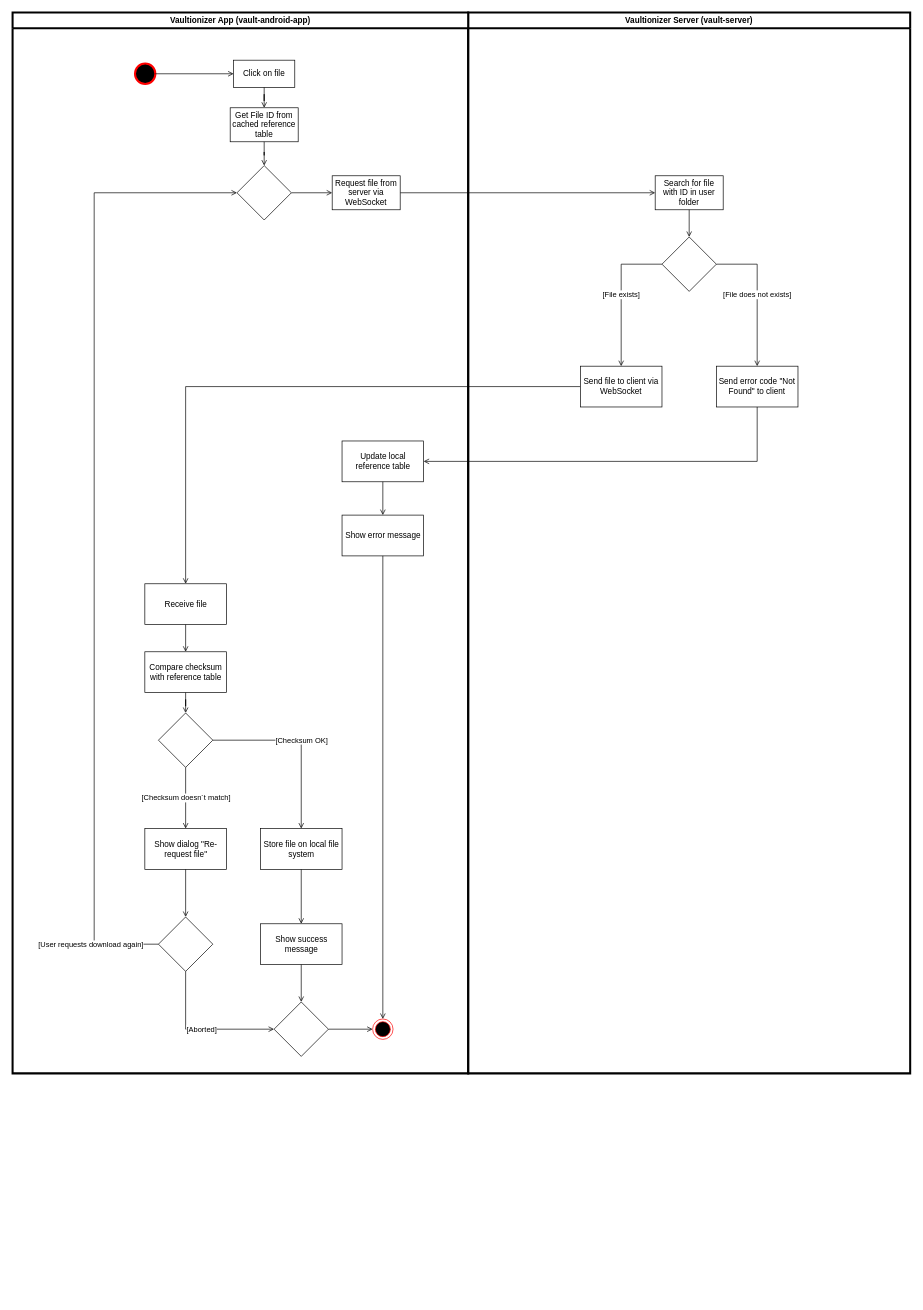
Vaultionizer/vault-docs keeps this draw.io diagram as img/use_cases/uc_download_file.drawio. Above is the earlier version. Source tidied: cells renumbered, new cells numbered last; positions are measured from the earlier drawing's top-left corner, leaving out a move shared by most shapes. Both pictures are drawn from the tidied source at 68%, with x=0, y=0 at pixel (12, 12).
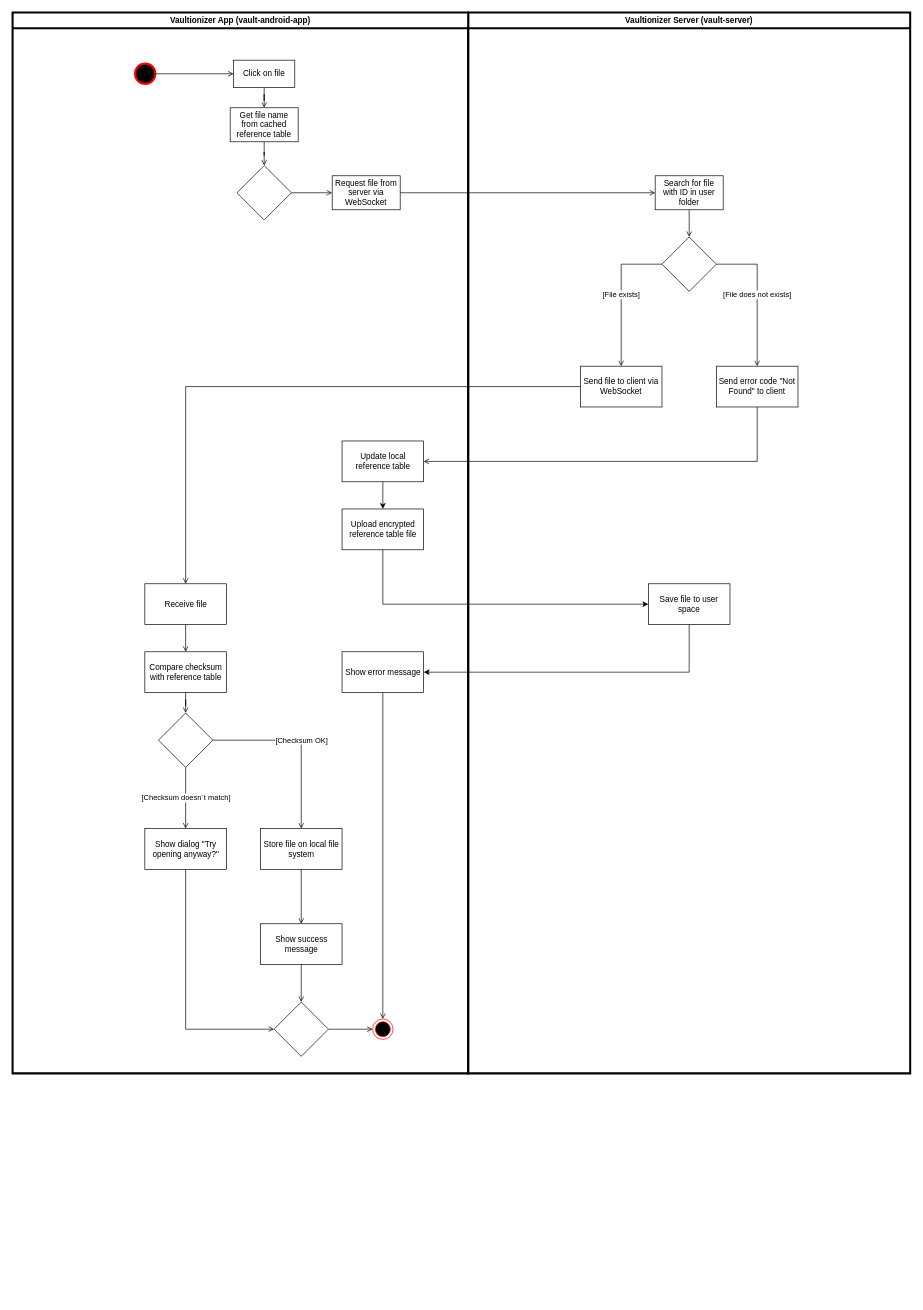
The same diagram, later.

Unchanged cells that the change refers to:
```xml
<mxCell id="5" value="Vaultionizer Server (vault-server)" style="swimlane;strokeWidth=3;" parent="4" vertex="1">
  <mxGeometry width="650" height="1560" as="geometry" />
</mxCell>
<mxCell id="13" style="group;" parent="1" vertex="1">
  <mxGeometry width="670" height="1890" as="geometry" />
</mxCell>
<mxCell id="19" value="Update local reference table" style="whiteSpace=wrap;html=1;rounded=0;" parent="13" vertex="1">
  <mxGeometry x="484.5" y="630" width="120" height="60" as="geometry" />
</mxCell>
<mxCell id="33" style="rhombus;whiteSpace=wrap;html=1;rounded=0;" parent="13" vertex="1">
  <mxGeometry x="330" y="225" width="80" height="80" as="geometry" />
</mxCell>
<mxCell id="42" style="rhombus;whiteSpace=wrap;html=1;rounded=0;" parent="13" vertex="1">
  <mxGeometry x="384.5" y="1455" width="80" height="80" as="geometry" />
</mxCell>
<mxCell id="45" value="Vaultionizer App (vault-android-app)" style="swimlane;strokeWidth=3;" parent="13" vertex="1">
  <mxGeometry width="670" height="1560" as="geometry" />
</mxCell>
```

The edit, as a diff of the source:
```diff
@@
+    <mxCell id="49" value="Save file to user space" style="whiteSpace=wrap;html=1;rounded=0;" parent="5" vertex="1">
+      <mxGeometry x="265" y="840" width="120" height="60" as="geometry" />
+    </mxCell>
@@
-    <mxCell id="15" value="Get File ID from cached reference table" style="rounded=0;whiteSpace=wrap;html=1;" parent="13" vertex="1">
+    <mxCell id="15" value="Get file name from cached reference table" style="rounded=0;whiteSpace=wrap;html=1;" parent="13" vertex="1">
       <mxGeometry x="320" y="140" width="100" height="50" as="geometry" />
     </mxCell>
@@
-    <mxCell id="18" value="Show error message" style="whiteSpace=wrap;html=1;rounded=0;" parent="13" vertex="1">
-      <mxGeometry x="484.5" y="739" width="120" height="60" as="geometry" />
-    </mxCell>
@@
-    <mxCell id="20" style="edgeStyle=orthogonalEdgeStyle;rounded=0;jettySize=auto;html=1;endArrow=open;endFill=0;strokeColor=#000000;" parent="13" edge="1" source="19" target="18">
-      <mxGeometry relative="1" as="geometry" />
-    </mxCell>
@@
-    <mxCell id="28" value="Show dialog &quot;Re-request file&quot;" style="whiteSpace=wrap;html=1;rounded=0;" parent="13" vertex="1">
+    <mxCell id="28" value="Show dialog &quot;Try opening anyway?&quot;" style="whiteSpace=wrap;html=1;rounded=0;" parent="13" vertex="1">
       <mxGeometry x="194.5" y="1200" width="120" height="60" as="geometry" />
     </mxCell>
@@
-    <mxCell id="30" style="rhombus;whiteSpace=wrap;html=1;rounded=0;" parent="13" vertex="1">
-      <mxGeometry x="214.5" y="1330" width="80" height="80" as="geometry" />
-    </mxCell>
-    <mxCell id="31" style="edgeStyle=orthogonalEdgeStyle;rounded=0;jettySize=auto;html=1;endArrow=open;endFill=0;strokeColor=#000000;" parent="13" edge="1" source="28" target="30">
+    <mxCell id="31" style="edgeStyle=orthogonalEdgeStyle;rounded=0;jettySize=auto;html=1;endArrow=open;endFill=0;strokeColor=#000000;entryX=0;entryY=0.5;entryDx=0;entryDy=0;exitX=0.5;exitY=1;exitDx=0;exitDy=0;" parent="13" edge="1" source="28" target="42">
       <mxGeometry relative="1" as="geometry" />
     </mxCell>
@@
-    <mxCell id="35" style="edgeStyle=orthogonalEdgeStyle;rounded=0;jettySize=auto;html=1;entryX=0;entryY=0.5;entryDx=0;entryDy=0;endArrow=open;endFill=0;strokeColor=#000000;exitX=0;exitY=0.5;exitDx=0;exitDy=0;" parent="13" edge="1" source="30" target="33">
-      <mxGeometry relative="1" as="geometry">
-        <Array as="points">
-          <mxPoint x="120" y="1370" />
-          <mxPoint x="120" y="265" />
-        </Array>
-      </mxGeometry>
-    </mxCell>
-    <mxCell id="36" value="[User requests download again]" style="edgeLabel;html=1;align=center;verticalAlign=middle;" parent="35" vertex="1">
-      <mxGeometry x="-0.88" y="-1" relative="1" as="geometry">
-        <mxPoint x="-15.5" y="1" as="offset" />
-      </mxGeometry>
-    </mxCell>
@@
-    <mxCell id="43" value="[Aborted]" style="edgeStyle=orthogonalEdgeStyle;rounded=0;jettySize=auto;html=1;endArrow=open;endFill=0;strokeColor=#000000;exitX=0.5;exitY=1;exitDx=0;exitDy=0;entryX=0;entryY=0.5;entryDx=0;entryDy=0;" parent="13" edge="1" source="30" target="42">
-      <mxGeometry relative="1" as="geometry" />
-    </mxCell>
@@
+    <mxCell id="18" value="Show error message" style="whiteSpace=wrap;html=1;rounded=0;" parent="45" vertex="1">
+      <mxGeometry x="484.5" y="940" width="120" height="60" as="geometry" />
+    </mxCell>
+    <mxCell id="50" value="Upload encrypted reference table file" style="whiteSpace=wrap;html=1;rounded=0;" parent="45" vertex="1">
+      <mxGeometry x="484.5" y="730" width="120" height="60" as="geometry" />
+    </mxCell>
@@
+    <mxCell id="51" style="edgeStyle=orthogonalEdgeStyle;rounded=0;jettySize=auto;html=1;" parent="13" edge="1" source="19" target="50">
+      <mxGeometry relative="1" as="geometry" />
+    </mxCell>
@@
+    <mxCell id="52" style="edgeStyle=orthogonalEdgeStyle;rounded=0;jettySize=auto;html=1;entryX=0;entryY=0.5;entryDx=0;entryDy=0;exitX=0.5;exitY=1;exitDx=0;exitDy=0;" parent="1" edge="1" source="50" target="49">
+      <mxGeometry relative="1" as="geometry" />
+    </mxCell>
+    <mxCell id="53" style="edgeStyle=orthogonalEdgeStyle;rounded=0;jettySize=auto;html=1;exitX=0.5;exitY=1;exitDx=0;exitDy=0;entryX=1;entryY=0.5;entryDx=0;entryDy=0;" parent="1" edge="1" source="49" target="18">
+      <mxGeometry relative="1" as="geometry" />
+    </mxCell>
```
